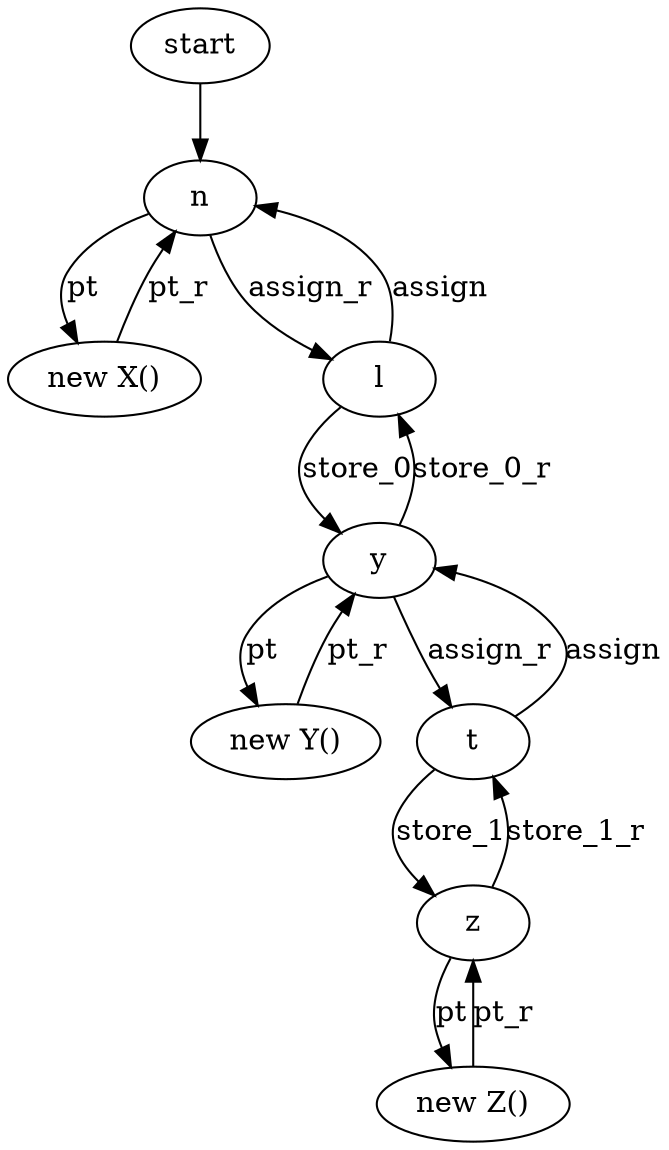
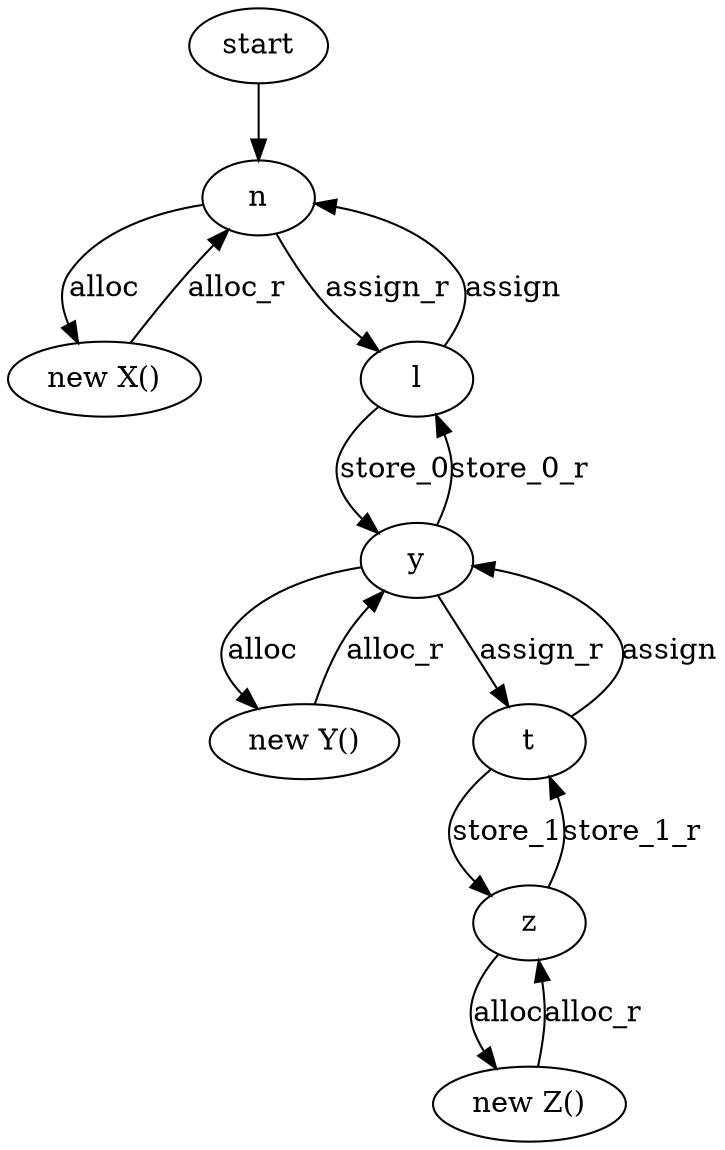
digraph {
    start -> 1;
-     1 -> 0 [label = "pt"];
-     0 -> 1 [label = "pt_r"];
+     1 -> 0 [label = "alloc"];
+     0 -> 1 [label = "alloc_r"];
    2 -> 1 [label = "assign"];
    1 -> 2 [label = "assign_r"];
    2 -> 3 [label = "store_0"];
    3 -> 2 [label = "store_0_r"];
-     3 -> 4 [label = "pt"];
-     4 -> 3 [label = "pt_r"];
+     3 -> 4 [label = "alloc"];
+     4 -> 3 [label = "alloc_r"];
    5 -> 3 [label = "assign"];
    3 -> 5 [label = "assign_r"];
    5 -> 6 [label = "store_1"];
    6 -> 5 [label = "store_1_r"];
-     6 -> 7 [label = "pt"];
-     7 -> 6 [label = "pt_r"];
+     6 -> 7 [label = "alloc"];
+     7 -> 6 [label = "alloc_r"];

    0[label = "new X()"]
    1[label = "n"]
    2[label = "l"]
    3[label = "y"]
    4[label = "new Y()"]
    5[label = "t"]
    6[label = "z"]
    7[label = "new Z()"]

}
